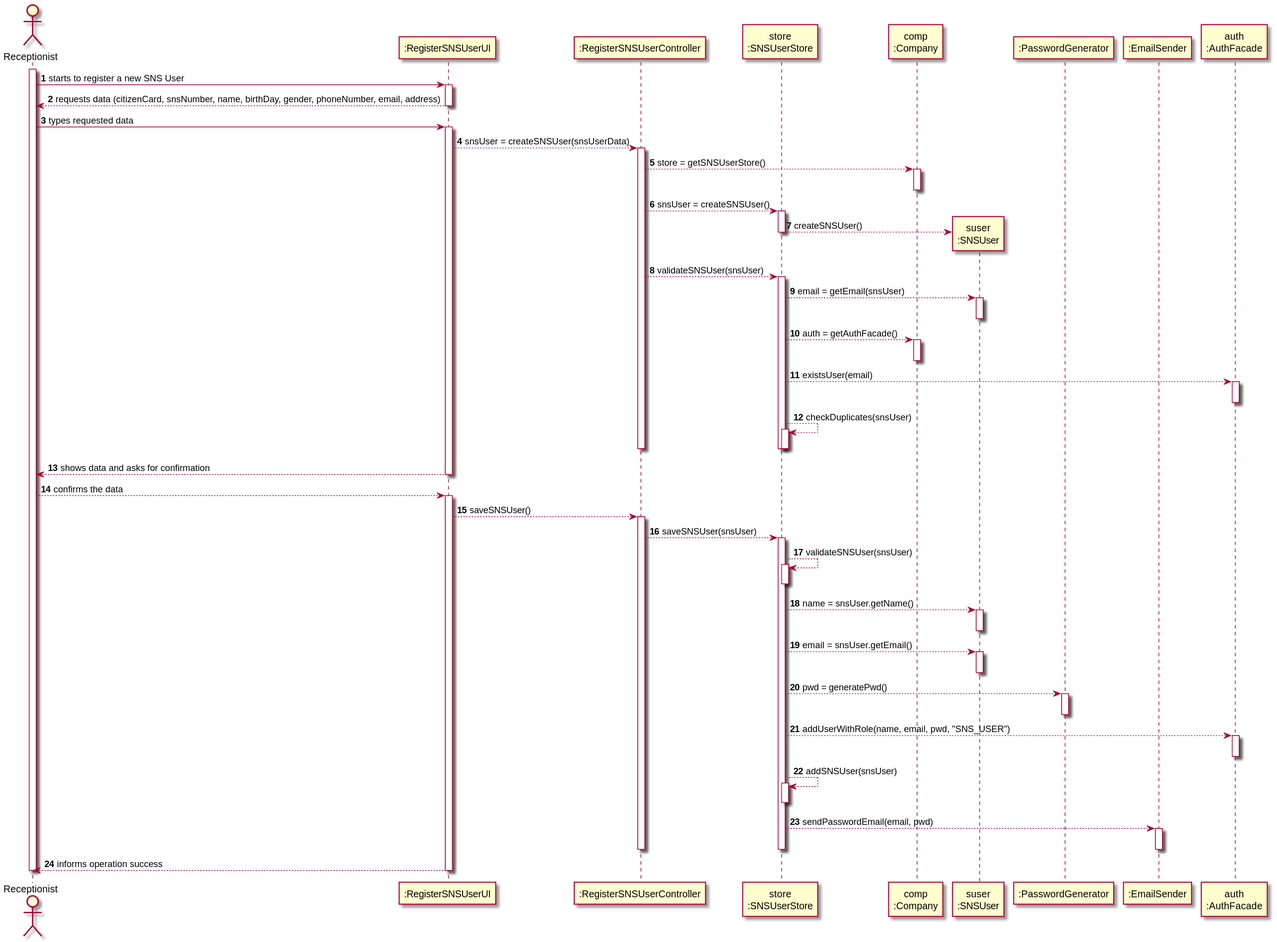
Above: docs/SprintB/US03/SD/US03_SD.svg in miseEnPlace-i/lapr2 (PlantUML), before the change.
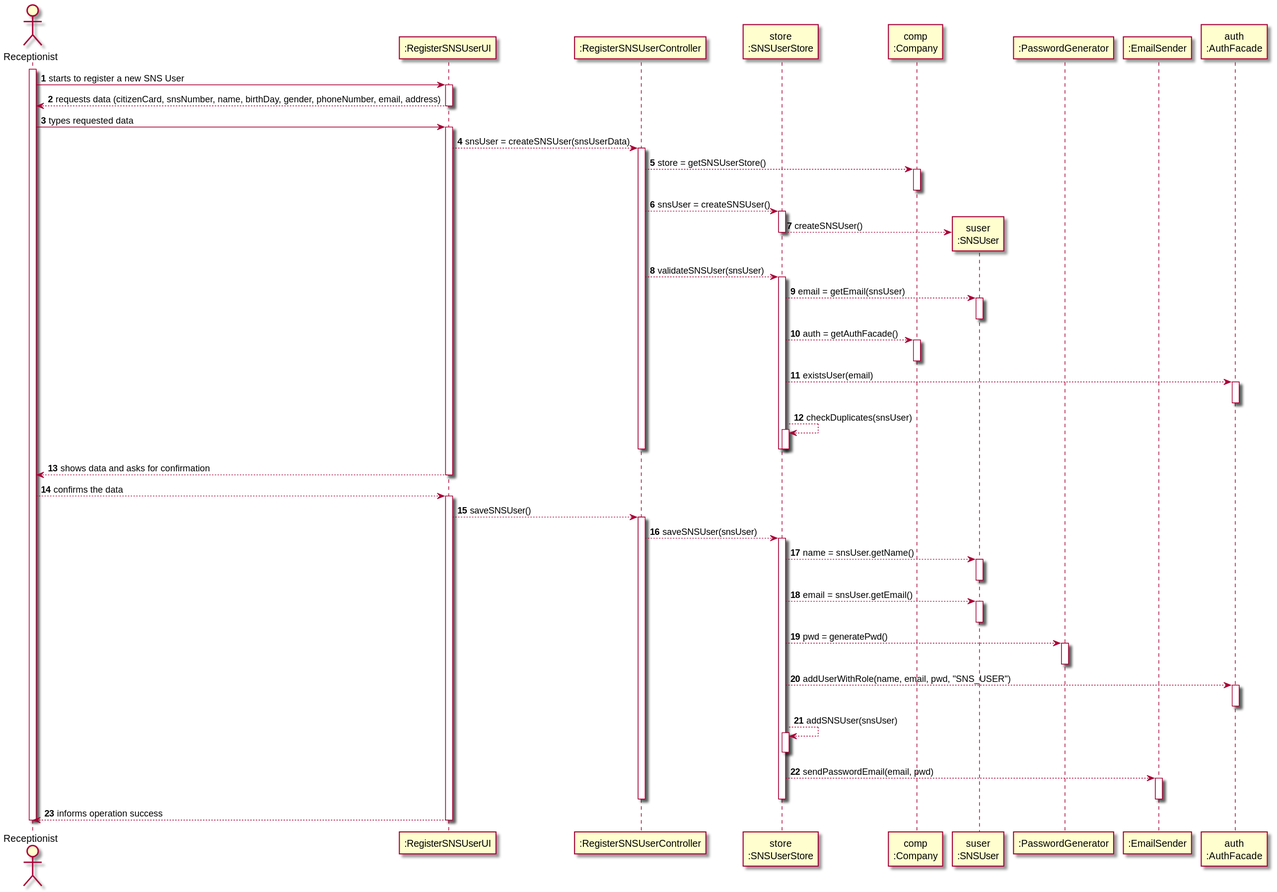
The same diagram one commit later.

The edit, as a diff of the source:
```diff
@@ -69,9 +69,6 @@
 CTRL --> STORE : saveSNSUser(snsUser)
 activate STORE
 
-STORE --> STORE : validateSNSUser(snsUser)
-activate STORE
-deactivate STORE
 
 STORE --> SUSER : name = snsUser.getName()
 activate SUSER
```
